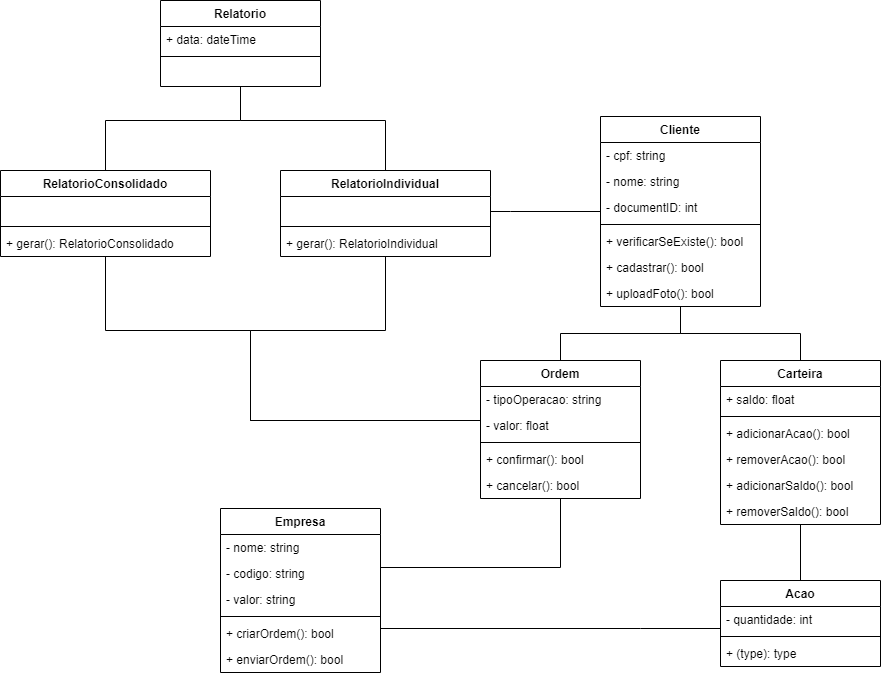
Above: MarketClasses.drawio.png in EijiDogen/FEI_MDSMarket (draw.io), before the change. Source tidied: cells renumbered, new cells last; positions are measured from the earlier drawing's top-left corner, leaving out a move shared by most shapes.
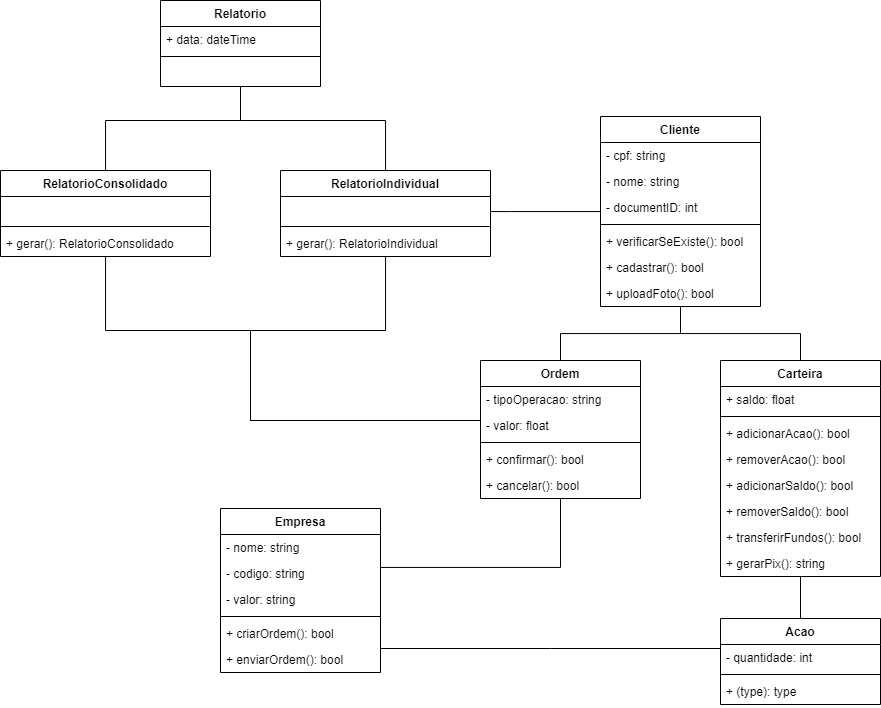
After the commit.

Change to the diagram source:
```diff
@@ -36,7 +36,7 @@
       <mxGeometry relative="1" as="geometry" />
     </mxCell>
     <mxCell id="13" value="Carteira" style="swimlane;fontStyle=1;align=center;verticalAlign=top;horizontal=1;startSize=26;" parent="1" vertex="1">
-      <mxGeometry x="720" y="360" width="160" height="164" as="geometry" />
+      <mxGeometry x="720" y="360" width="160" height="216" as="geometry" />
     </mxCell>
     <mxCell id="14" value="+ saldo: float" style="text;strokeColor=none;fillColor=none;align=left;verticalAlign=top;spacingLeft=4;spacingRight=4;overflow=hidden;" parent="13" vertex="1">
       <mxGeometry y="26" width="160" height="26" as="geometry" />
@@ -56,16 +56,22 @@
     <mxCell id="19" value="+ removerSaldo(): bool" style="text;strokeColor=none;fillColor=none;align=left;verticalAlign=top;spacingLeft=4;spacingRight=4;overflow=hidden;" parent="13" vertex="1">
       <mxGeometry y="138" width="160" height="26" as="geometry" />
     </mxCell>
+    <mxCell id="56" value="+ transferirFundos(): bool" style="text;strokeColor=none;fillColor=none;align=left;verticalAlign=top;spacingLeft=4;spacingRight=4;overflow=hidden;" parent="13" vertex="1">
+      <mxGeometry y="164" width="160" height="26" as="geometry" />
+    </mxCell>
+    <mxCell id="57" value="+ gerarPix(): string" style="text;strokeColor=none;fillColor=none;align=left;verticalAlign=top;spacingLeft=4;spacingRight=4;overflow=hidden;" parent="13" vertex="1">
+      <mxGeometry y="190" width="160" height="26" as="geometry" />
+    </mxCell>
     <mxCell id="20" style="edgeStyle=orthogonalEdgeStyle;rounded=0;jettySize=auto;html=1;endArrow=none;endFill=0;" parent="1" edge="1" source="21" target="49">
       <mxGeometry relative="1" as="geometry">
         <Array as="points">
-          <mxPoint x="640" y="628" />
-          <mxPoint x="640" y="628" />
+          <mxPoint x="550" y="648" />
+          <mxPoint x="550" y="648" />
         </Array>
       </mxGeometry>
     </mxCell>
     <mxCell id="21" value="Acao" style="swimlane;fontStyle=1;align=center;verticalAlign=top;horizontal=1;startSize=26;" parent="1" vertex="1">
-      <mxGeometry x="720" y="580" width="160" height="86" as="geometry" />
+      <mxGeometry x="720" y="618" width="160" height="86" as="geometry" />
     </mxCell>
     <mxCell id="22" value="- quantidade: int" style="text;strokeColor=none;fillColor=none;align=left;verticalAlign=top;spacingLeft=4;spacingRight=4;overflow=hidden;" parent="21" vertex="1">
       <mxGeometry y="26" width="160" height="26" as="geometry" />
```
